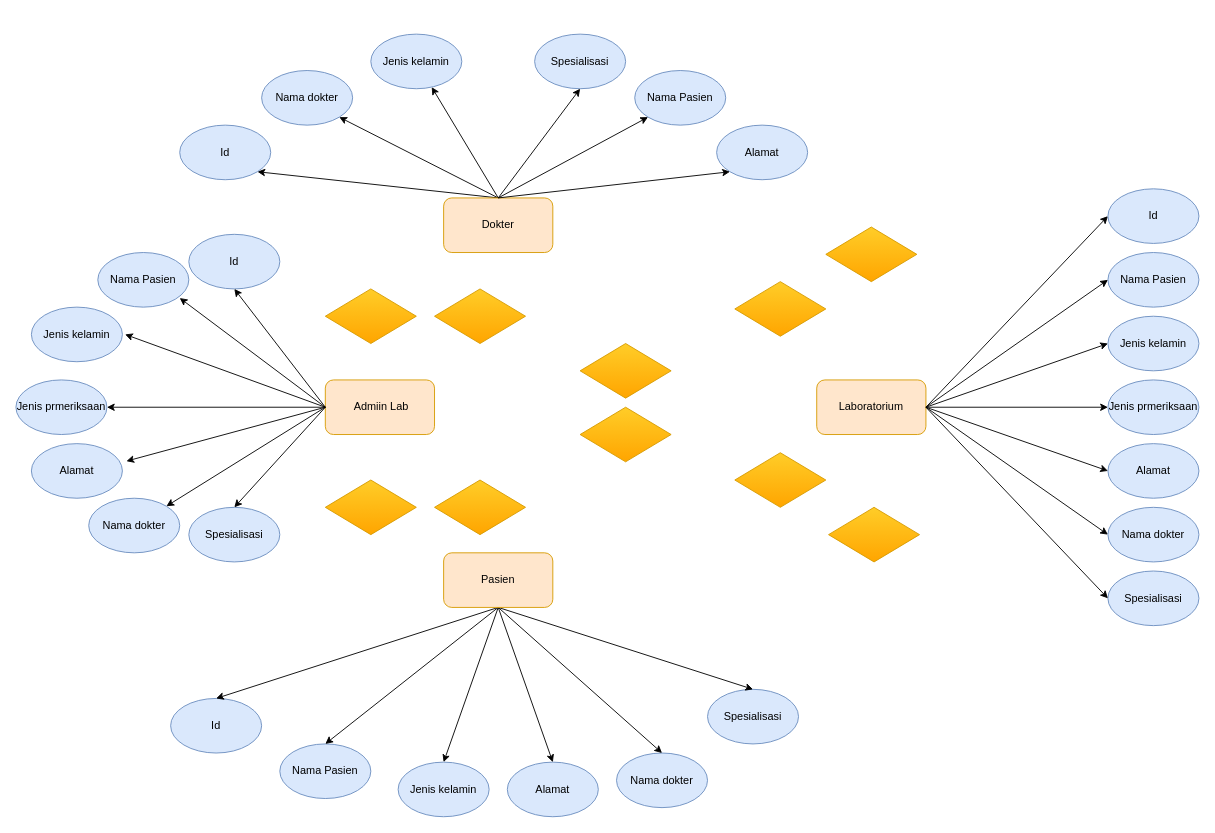
Earlier version of the draw.io diagram pertemuan2/pertemuan2 .drawio (Nurrohman10/IF214002). Source tidied: cells renumbered, new cells numbered last; positions are measured from the earlier drawing's top-left corner, leaving out a move shared by most shapes. Both pictures are drawn from the tidied source at 91%, with x=0, y=0 at pixel (15, 34).
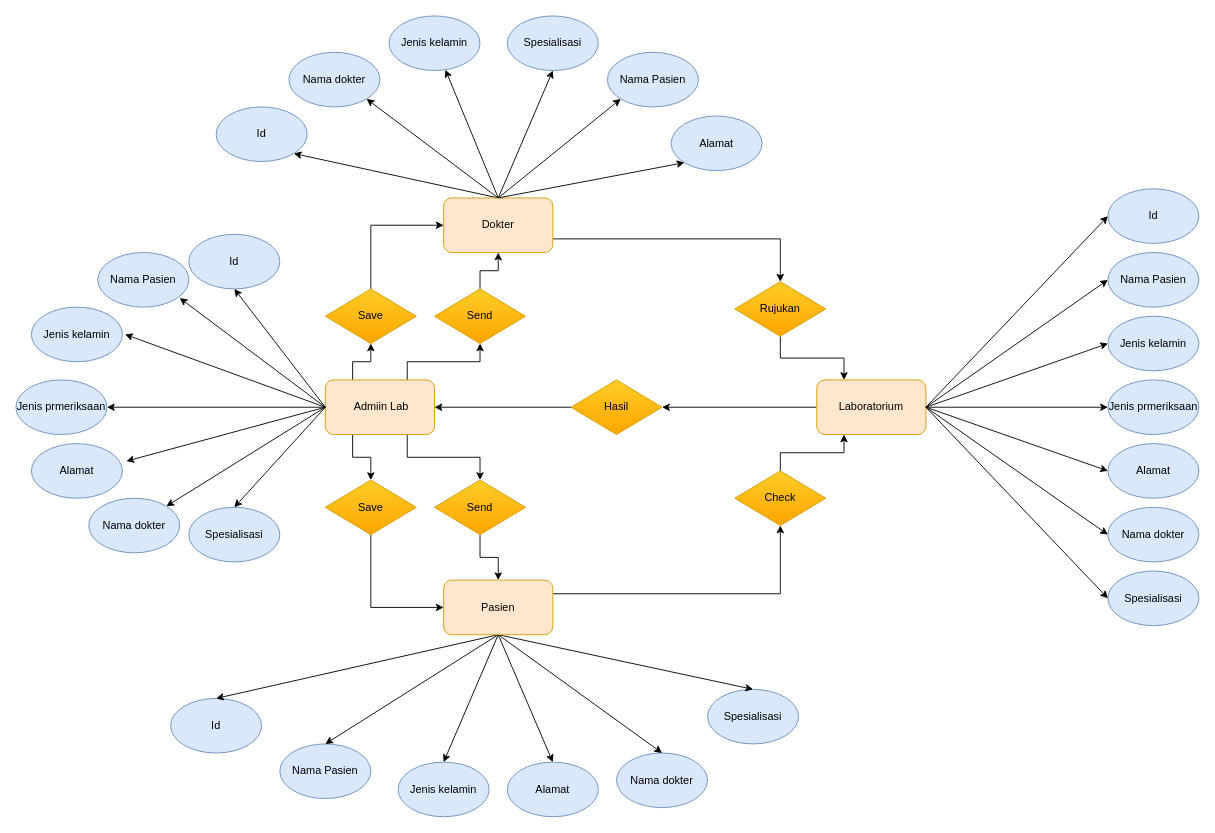
Above is the later version.

The change refers to these unchanged cells:
```xml
<mxCell id="5" value="Dokter" style="rounded=1;whiteSpace=wrap;html=1;fillColor=#ffe6cc;strokeColor=#d79b00;" parent="1" vertex="1">
  <mxGeometry x="470" y="180" width="120" height="60" as="geometry" />
</mxCell>
<mxCell id="28" value="Laboratorium" style="rounded=1;whiteSpace=wrap;html=1;fillColor=#ffe6cc;strokeColor=#d79b00;" parent="1" vertex="1">
  <mxGeometry x="880" y="380" width="120" height="60" as="geometry" />
</mxCell>
<mxCell id="44" value="&amp;nbsp;Admiin Lab" style="rounded=1;whiteSpace=wrap;html=1;fillColor=#ffe6cc;strokeColor=#d79b00;" parent="1" vertex="1">
  <mxGeometry x="340" y="380" width="120" height="60" as="geometry" />
</mxCell>
```

What changed in the source:
```diff
@@
+    <mxCell id="68" style="edgeStyle=orthogonalEdgeStyle;rounded=0;jettySize=auto;html=1;exitX=1;exitY=0.75;exitDx=0;exitDy=0;entryX=0.5;entryY=0;entryDx=0;entryDy=0;" parent="1" edge="1" source="5" target="59">
+      <mxGeometry relative="1" as="geometry" />
+    </mxCell>
@@
     <mxCell id="6" value="Id" style="ellipse;whiteSpace=wrap;html=1;strokeColor=#6c8ebf;fillColor=#dae8fc;" parent="1" vertex="1">
-      <mxGeometry x="180" y="100" width="100" height="60" as="geometry" />
+      <mxGeometry x="220" y="80" width="100" height="60" as="geometry" />
     </mxCell>
     <mxCell id="7" value="Nama dokter" style="ellipse;whiteSpace=wrap;html=1;strokeColor=#6c8ebf;fillColor=#dae8fc;" parent="1" vertex="1">
-      <mxGeometry x="270" y="40" width="100" height="60" as="geometry" />
+      <mxGeometry x="300" y="20" width="100" height="60" as="geometry" />
     </mxCell>
     <mxCell id="8" value="Jenis kelamin" style="ellipse;whiteSpace=wrap;html=1;strokeColor=#6c8ebf;fillColor=#dae8fc;" parent="1" vertex="1">
-      <mxGeometry x="390" width="100" height="60" as="geometry" />
+      <mxGeometry x="410" y="-20" width="100" height="60" as="geometry" />
     </mxCell>
     <mxCell id="9" value="Spesialisasi" style="ellipse;whiteSpace=wrap;html=1;strokeColor=#6c8ebf;fillColor=#dae8fc;" parent="1" vertex="1">
-      <mxGeometry x="570" width="100" height="60" as="geometry" />
+      <mxGeometry x="540" y="-20" width="100" height="60" as="geometry" />
     </mxCell>
     <mxCell id="10" value="Nama Pasien" style="ellipse;whiteSpace=wrap;html=1;strokeColor=#6c8ebf;fillColor=#dae8fc;" parent="1" vertex="1">
-      <mxGeometry x="680" y="40" width="100" height="60" as="geometry" />
+      <mxGeometry x="650" y="20" width="100" height="60" as="geometry" />
     </mxCell>
     <mxCell id="11" value="Alamat" style="ellipse;whiteSpace=wrap;html=1;strokeColor=#6c8ebf;fillColor=#dae8fc;" parent="1" vertex="1">
-      <mxGeometry x="770" y="100" width="100" height="60" as="geometry" />
+      <mxGeometry x="720" y="90" width="100" height="60" as="geometry" />
     </mxCell>
@@
+    <mxCell id="69" style="edgeStyle=orthogonalEdgeStyle;rounded=0;jettySize=auto;html=1;exitX=0;exitY=0.5;exitDx=0;exitDy=0;entryX=1;entryY=0.5;entryDx=0;entryDy=0;" parent="1" edge="1" source="28" target="63">
+      <mxGeometry relative="1" as="geometry" />
+    </mxCell>
@@
-    <mxCell id="42" style="rhombus;whiteSpace=wrap;html=1;fillColor=#ffcd28;strokeColor=#d79b00;gradientColor=#ffa500;" parent="1" vertex="1">
-      <mxGeometry x="890" y="212" width="100" height="60" as="geometry" />
-    </mxCell>
+    <mxCell id="70" style="edgeStyle=orthogonalEdgeStyle;rounded=0;jettySize=auto;html=1;exitX=1;exitY=0.25;exitDx=0;exitDy=0;entryX=0.5;entryY=1;entryDx=0;entryDy=0;" parent="1" edge="1" source="43" target="60">
+      <mxGeometry relative="1" as="geometry" />
+    </mxCell>
     <mxCell id="43" value="Pasien" style="rounded=1;whiteSpace=wrap;html=1;fillColor=#ffe6cc;strokeColor=#d79b00;" parent="1" vertex="1">
-      <mxGeometry x="470" y="570" width="120" height="60" as="geometry" />
+      <mxGeometry x="470" y="600" width="120" height="60" as="geometry" />
     </mxCell>
+    <mxCell id="71" style="edgeStyle=orthogonalEdgeStyle;rounded=0;jettySize=auto;html=1;exitX=0.75;exitY=1;exitDx=0;exitDy=0;entryX=0.5;entryY=0;entryDx=0;entryDy=0;" parent="1" edge="1" source="44" target="67">
+      <mxGeometry relative="1" as="geometry" />
+    </mxCell>
+    <mxCell id="72" style="edgeStyle=orthogonalEdgeStyle;rounded=0;jettySize=auto;html=1;exitX=0.25;exitY=1;exitDx=0;exitDy=0;entryX=0.5;entryY=0;entryDx=0;entryDy=0;" parent="1" edge="1" source="44" target="64">
+      <mxGeometry relative="1" as="geometry" />
+    </mxCell>
+    <mxCell id="73" style="edgeStyle=orthogonalEdgeStyle;rounded=0;jettySize=auto;html=1;exitX=0.25;exitY=0;exitDx=0;exitDy=0;entryX=0.5;entryY=1;entryDx=0;entryDy=0;" parent="1" edge="1" source="44" target="65">
+      <mxGeometry relative="1" as="geometry" />
+    </mxCell>
+    <mxCell id="74" style="edgeStyle=orthogonalEdgeStyle;rounded=0;jettySize=auto;html=1;exitX=0.75;exitY=0;exitDx=0;exitDy=0;" parent="1" edge="1" source="44" target="66">
+      <mxGeometry relative="1" as="geometry" />
+    </mxCell>
@@
+    <mxCell id="75" style="edgeStyle=orthogonalEdgeStyle;rounded=0;jettySize=auto;html=1;exitX=0.5;exitY=1;exitDx=0;exitDy=0;entryX=0.25;entryY=0;entryDx=0;entryDy=0;" parent="1" edge="1" source="59" target="28">
+      <mxGeometry relative="1" as="geometry" />
+    </mxCell>
-    <mxCell id="59" style="rhombus;whiteSpace=wrap;html=1;fillColor=#ffcd28;strokeColor=#d79b00;gradientColor=#ffa500;" parent="1" vertex="1">
+    <mxCell id="59" value="Rujukan" style="rhombus;whiteSpace=wrap;html=1;fillColor=#ffcd28;strokeColor=#d79b00;gradientColor=#ffa500;" parent="1" vertex="1">
       <mxGeometry x="790" y="272" width="100" height="60" as="geometry" />
     </mxCell>
+    <mxCell id="76" style="edgeStyle=orthogonalEdgeStyle;rounded=0;jettySize=auto;html=1;exitX=0.5;exitY=0;exitDx=0;exitDy=0;entryX=0.25;entryY=1;entryDx=0;entryDy=0;" parent="1" edge="1" source="60" target="28">
+      <mxGeometry relative="1" as="geometry" />
+    </mxCell>
-    <mxCell id="60" style="rhombus;whiteSpace=wrap;html=1;fillColor=#ffcd28;strokeColor=#d79b00;gradientColor=#ffa500;" parent="1" vertex="1">
-      <mxGeometry x="790" y="460" width="100" height="60" as="geometry" />
+    <mxCell id="60" value="Check" style="rhombus;whiteSpace=wrap;html=1;fillColor=#ffcd28;strokeColor=#d79b00;gradientColor=#ffa500;" parent="1" vertex="1">
+      <mxGeometry x="790" y="480" width="100" height="60" as="geometry" />
     </mxCell>
-    <mxCell id="61" style="rhombus;whiteSpace=wrap;html=1;fillColor=#ffcd28;strokeColor=#d79b00;gradientColor=#ffa500;" parent="1" vertex="1">
-      <mxGeometry x="893" y="520" width="100" height="60" as="geometry" />
-    </mxCell>
-    <mxCell id="62" style="rhombus;whiteSpace=wrap;html=1;fillColor=#ffcd28;strokeColor=#d79b00;gradientColor=#ffa500;" parent="1" vertex="1">
-      <mxGeometry x="620" y="340" width="100" height="60" as="geometry" />
-    </mxCell>
+    <mxCell id="77" style="edgeStyle=orthogonalEdgeStyle;rounded=0;jettySize=auto;html=1;exitX=0;exitY=0.5;exitDx=0;exitDy=0;entryX=1;entryY=0.5;entryDx=0;entryDy=0;" parent="1" edge="1" source="63" target="44">
+      <mxGeometry relative="1" as="geometry" />
+    </mxCell>
-    <mxCell id="63" style="rhombus;whiteSpace=wrap;html=1;fillColor=#ffcd28;strokeColor=#d79b00;gradientColor=#ffa500;" parent="1" vertex="1">
-      <mxGeometry x="620" y="410" width="100" height="60" as="geometry" />
+    <mxCell id="63" value="Hasil" style="rhombus;whiteSpace=wrap;html=1;fillColor=#ffcd28;strokeColor=#d79b00;gradientColor=#ffa500;" parent="1" vertex="1">
+      <mxGeometry x="610" y="380" width="100" height="60" as="geometry" />
     </mxCell>
+    <mxCell id="78" style="edgeStyle=orthogonalEdgeStyle;rounded=0;jettySize=auto;html=1;exitX=0.5;exitY=1;exitDx=0;exitDy=0;entryX=0;entryY=0.5;entryDx=0;entryDy=0;" parent="1" edge="1" source="64" target="43">
+      <mxGeometry relative="1" as="geometry" />
+    </mxCell>
-    <mxCell id="64" style="rhombus;whiteSpace=wrap;html=1;fillColor=#ffcd28;strokeColor=#d79b00;gradientColor=#ffa500;" parent="1" vertex="1">
+    <mxCell id="64" value="Save" style="rhombus;whiteSpace=wrap;html=1;fillColor=#ffcd28;strokeColor=#d79b00;gradientColor=#ffa500;" parent="1" vertex="1">
       <mxGeometry x="340" y="490" width="100" height="60" as="geometry" />
     </mxCell>
+    <mxCell id="79" style="edgeStyle=orthogonalEdgeStyle;rounded=0;jettySize=auto;html=1;exitX=0.5;exitY=0;exitDx=0;exitDy=0;entryX=0;entryY=0.5;entryDx=0;entryDy=0;" parent="1" edge="1" source="65" target="5">
+      <mxGeometry relative="1" as="geometry" />
+    </mxCell>
-    <mxCell id="65" style="rhombus;whiteSpace=wrap;html=1;fillColor=#ffcd28;strokeColor=#d79b00;gradientColor=#ffa500;" parent="1" vertex="1">
+    <mxCell id="65" value="Save" style="rhombus;whiteSpace=wrap;html=1;fillColor=#ffcd28;strokeColor=#d79b00;gradientColor=#ffa500;" parent="1" vertex="1">
       <mxGeometry x="340" y="280" width="100" height="60" as="geometry" />
     </mxCell>
+    <mxCell id="80" style="edgeStyle=orthogonalEdgeStyle;rounded=0;jettySize=auto;html=1;exitX=0.5;exitY=0;exitDx=0;exitDy=0;entryX=0.5;entryY=1;entryDx=0;entryDy=0;" parent="1" edge="1" source="66" target="5">
+      <mxGeometry relative="1" as="geometry" />
+    </mxCell>
-    <mxCell id="66" style="rhombus;whiteSpace=wrap;html=1;fillColor=#ffcd28;strokeColor=#d79b00;gradientColor=#ffa500;" parent="1" vertex="1">
+    <mxCell id="66" value="Send" style="rhombus;whiteSpace=wrap;html=1;fillColor=#ffcd28;strokeColor=#d79b00;gradientColor=#ffa500;" parent="1" vertex="1">
       <mxGeometry x="460" y="280" width="100" height="60" as="geometry" />
     </mxCell>
+    <mxCell id="81" style="edgeStyle=orthogonalEdgeStyle;rounded=0;jettySize=auto;html=1;exitX=0.5;exitY=1;exitDx=0;exitDy=0;entryX=0.5;entryY=0;entryDx=0;entryDy=0;" parent="1" edge="1" source="67" target="43">
+      <mxGeometry relative="1" as="geometry" />
+    </mxCell>
-    <mxCell id="67" style="rhombus;whiteSpace=wrap;html=1;fillColor=#ffcd28;strokeColor=#d79b00;gradientColor=#ffa500;" parent="1" vertex="1">
+    <mxCell id="67" value="Send" style="rhombus;whiteSpace=wrap;html=1;fillColor=#ffcd28;strokeColor=#d79b00;gradientColor=#ffa500;" parent="1" vertex="1">
       <mxGeometry x="460" y="490" width="100" height="60" as="geometry" />
     </mxCell>
```
